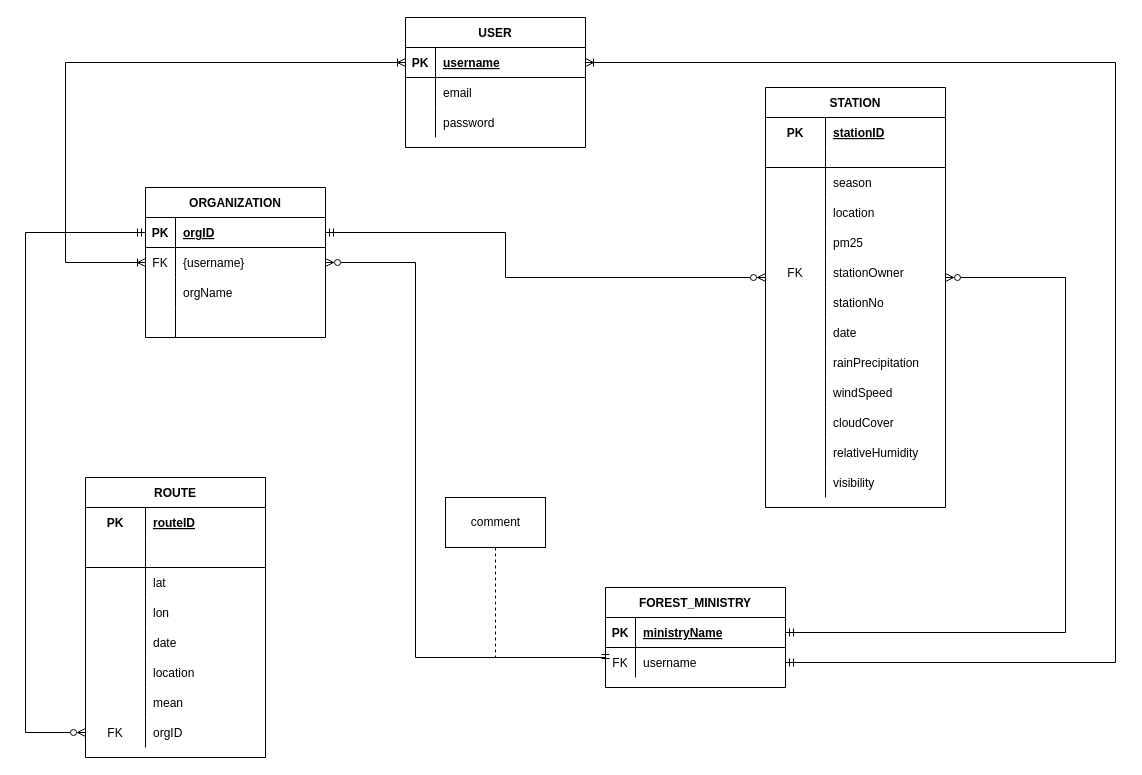
Before: page "Copy of Page-1" (2 of 2) of z-design/EERD.drawio in zorojuro75/CSE303-sec-03-Group-03, a draw.io diagram. Source tidied: cells renumbered, new cells numbered last; positions are measured from the earlier drawing's top-left corner, leaving out a move shared by most shapes. Both pictures are drawn from the tidied source at 100%, with x=0, y=0 at pixel (25, 17).
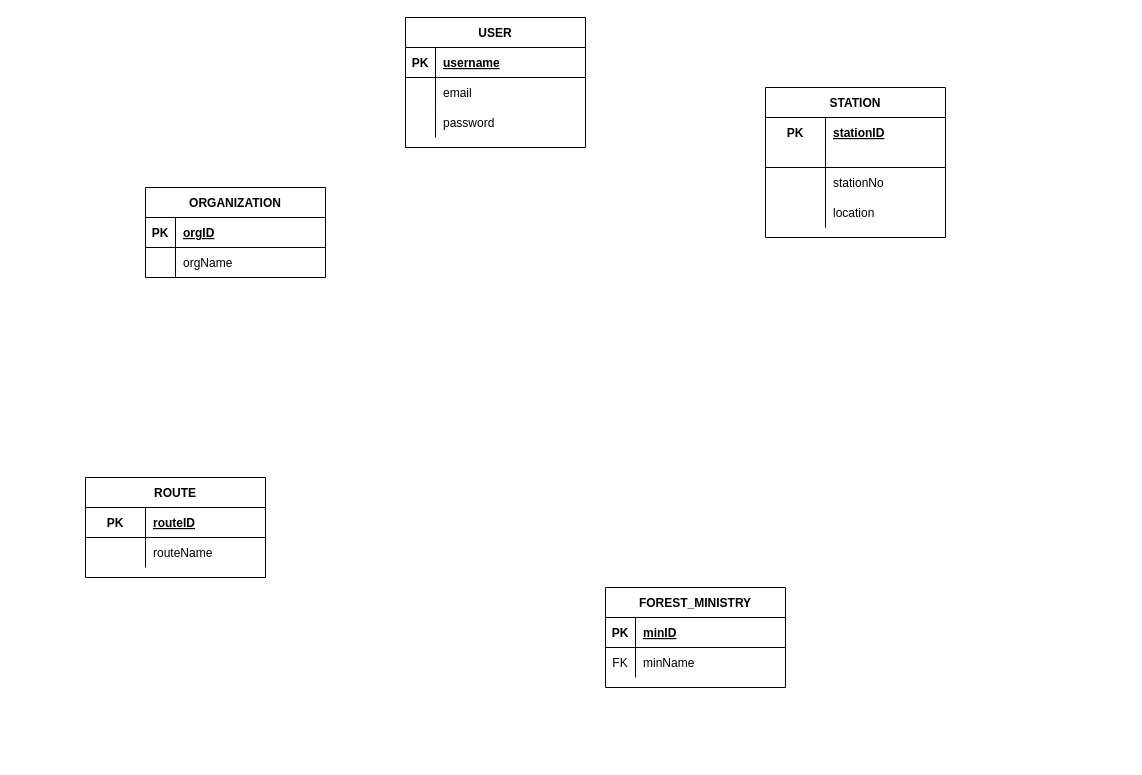
The same diagram, later.

Unchanged cells that the change refers to:
```xml
<mxCell id="3" style="shape=tableRow;horizontal=0;startSize=0;swimlaneHead=0;swimlaneBody=0;fillColor=none;points=[[0,0.5],[1,0.5]];portConstraint=eastwest;top=0;left=0;right=0;bottom=1;" parent="2" vertex="1">
  <mxGeometry y="30" width="180" height="30" as="geometry" />
</mxCell>
<mxCell id="13" style="shape=tableRow;horizontal=0;startSize=0;swimlaneHead=0;swimlaneBody=0;fillColor=none;points=[[0,0.5],[1,0.5]];portConstraint=eastwest;top=0;left=0;right=0;bottom=1;" parent="12" vertex="1">
  <mxGeometry y="30" width="180" height="30" as="geometry" />
</mxCell>
<mxCell id="16" style="shape=tableRow;horizontal=0;startSize=0;swimlaneHead=0;swimlaneBody=0;fillColor=none;points=[[0,0.5],[1,0.5]];portConstraint=eastwest;top=0;left=0;right=0;bottom=0;" parent="12" vertex="1">
  <mxGeometry y="60" width="180" height="30" as="geometry" />
</mxCell>
<mxCell id="28" style="shape=tableRow;horizontal=0;startSize=0;swimlaneHead=0;swimlaneBody=0;fillColor=none;points=[[0,0.5],[1,0.5]];portConstraint=eastwest;top=0;left=0;right=0;bottom=1;" parent="27" vertex="1">
  <mxGeometry y="30" width="180" height="30" as="geometry" />
</mxCell>
<mxCell id="31" style="shape=tableRow;horizontal=0;startSize=0;swimlaneHead=0;swimlaneBody=0;fillColor=none;points=[[0,0.5],[1,0.5]];portConstraint=eastwest;top=0;left=0;right=0;bottom=0;" parent="27" vertex="1">
  <mxGeometry y="60" width="180" height="30" as="geometry" />
</mxCell>
<mxCell id="68" style="shape=tableRow;horizontal=0;startSize=0;swimlaneHead=0;swimlaneBody=0;fillColor=none;top=0;left=0;right=0;bottom=0;" parent="61" vertex="1">
  <mxGeometry y="80" width="180" height="30" as="geometry" />
</mxCell>
```

Change to the diagram source:
```diff
@@
     <mxCell id="12" value="ORGANIZATION" style="shape=table;startSize=30;childLayout=tableLayout;rowLines=0;fontStyle=1;align=center;" parent="1" vertex="1">
-      <mxGeometry x="120" y="170" width="180" height="150" as="geometry" />
+      <mxGeometry x="120" y="170" width="180" height="90" as="geometry" />
     </mxCell>
@@
-    <mxCell id="17" value="FK" style="shape=partialRectangle;fillColor=none;top=0;left=0;bottom=0;right=0;overflow=hidden;" parent="16" vertex="1">
+    <mxCell id="17" style="shape=partialRectangle;fillColor=none;top=0;left=0;bottom=0;right=0;overflow=hidden;" parent="16" vertex="1">
       <mxGeometry width="30" height="30" as="geometry" />
     </mxCell>
-    <mxCell id="18" value="{username}" style="shape=partialRectangle;fillColor=none;top=0;left=0;bottom=0;right=0;align=left;spacingLeft=6;overflow=hidden;" parent="16" vertex="1">
+    <mxCell id="18" value="orgName" style="shape=partialRectangle;fillColor=none;top=0;left=0;bottom=0;right=0;align=left;spacingLeft=6;overflow=hidden;" parent="16" vertex="1">
       <mxGeometry x="30" width="150" height="30" as="geometry" />
     </mxCell>
-    <mxCell id="19" style="shape=tableRow;horizontal=0;startSize=0;swimlaneHead=0;swimlaneBody=0;fillColor=none;top=0;left=0;right=0;bottom=0;" parent="12" vertex="1">
-      <mxGeometry y="90" width="180" height="30" as="geometry" />
-    </mxCell>
-    <mxCell id="20" style="shape=partialRectangle;fillColor=none;top=0;left=0;bottom=0;right=0;overflow=hidden;" parent="19" vertex="1">
-      <mxGeometry width="30" height="30" as="geometry" />
-    </mxCell>
-    <mxCell id="21" value="orgName" style="shape=partialRectangle;fillColor=none;top=0;left=0;bottom=0;right=0;align=left;spacingLeft=6;overflow=hidden;" parent="19" vertex="1">
-      <mxGeometry x="30" width="150" height="30" as="geometry" />
-    </mxCell>
-    <mxCell id="22" style="shape=tableRow;horizontal=0;startSize=0;swimlaneHead=0;swimlaneBody=0;fillColor=none;top=0;left=0;right=0;bottom=0;" parent="12" vertex="1">
-      <mxGeometry y="120" width="180" height="30" as="geometry" />
-    </mxCell>
-    <mxCell id="23" style="shape=partialRectangle;fillColor=none;top=0;left=0;bottom=0;right=0;overflow=hidden;" parent="22" vertex="1">
-      <mxGeometry width="30" height="30" as="geometry" />
-    </mxCell>
-    <mxCell id="24" style="shape=partialRectangle;fillColor=none;top=0;left=0;bottom=0;right=0;align=left;spacingLeft=6;overflow=hidden;" parent="22" vertex="1">
-      <mxGeometry x="30" width="150" height="30" as="geometry" />
-    </mxCell>
-    <mxCell id="25" style="edgeStyle=orthogonalEdgeStyle;rounded=0;jettySize=auto;html=1;endArrow=ERoneToMany;endFill=0;startArrow=ERoneToMany;startFill=0;exitX=0;exitY=0.5;exitDx=0;exitDy=0;entryX=0;entryY=0.5;entryDx=0;entryDy=0;" parent="1" edge="1" source="3" target="16">
-      <mxGeometry relative="1" as="geometry">
-        <Array as="points">
-          <mxPoint x="40" y="45" />
-          <mxPoint x="40" y="245" />
-        </Array>
-      </mxGeometry>
-    </mxCell>
-    <mxCell id="26" style="edgeStyle=orthogonalEdgeStyle;rounded=0;jettySize=auto;html=1;startArrow=ERmandOne;startFill=0;endArrow=ERzeroToMany;endFill=0;exitX=0;exitY=0.5;exitDx=0;exitDy=0;entryX=1;entryY=0.5;entryDx=0;entryDy=0;" parent="1" edge="1" source="31" target="16">
-      <mxGeometry relative="1" as="geometry">
-        <Array as="points">
-          <mxPoint x="580" y="640" />
-          <mxPoint x="390" y="640" />
-          <mxPoint x="390" y="245" />
-        </Array>
-      </mxGeometry>
-    </mxCell>
@@
-    <mxCell id="30" value="ministryName" style="shape=partialRectangle;fillColor=none;top=0;left=0;bottom=0;right=0;align=left;spacingLeft=6;fontStyle=5;overflow=hidden;" parent="28" vertex="1">
+    <mxCell id="30" value="minID" style="shape=partialRectangle;fillColor=none;top=0;left=0;bottom=0;right=0;align=left;spacingLeft=6;fontStyle=5;overflow=hidden;" parent="28" vertex="1">
       <mxGeometry x="30" width="150" height="30" as="geometry" />
     </mxCell>
@@
-    <mxCell id="33" value="username" style="shape=partialRectangle;fillColor=none;top=0;left=0;bottom=0;right=0;align=left;spacingLeft=6;overflow=hidden;" parent="31" vertex="1">
+    <mxCell id="33" value="minName" style="shape=partialRectangle;fillColor=none;top=0;left=0;bottom=0;right=0;align=left;spacingLeft=6;overflow=hidden;" parent="31" vertex="1">
       <mxGeometry x="30" width="150" height="30" as="geometry" />
     </mxCell>
-    <mxCell id="34" style="rounded=0;jettySize=auto;html=1;endArrow=ERmandOne;endFill=0;startArrow=ERoneToMany;startFill=0;edgeStyle=orthogonalEdgeStyle;entryX=1;entryY=0.5;entryDx=0;entryDy=0;exitX=1;exitY=0.5;exitDx=0;exitDy=0;" parent="1" edge="1" source="3" target="31">
-      <mxGeometry relative="1" as="geometry">
-        <Array as="points">
-          <mxPoint x="1090" y="45" />
-          <mxPoint x="1090" y="645" />
-        </Array>
-      </mxGeometry>
-    </mxCell>
     <mxCell id="35" value="ROUTE" style="shape=table;startSize=30;childLayout=tableLayout;rowLines=0;fontStyle=1;align=center;" parent="1" vertex="1">
-      <mxGeometry x="60" y="460" width="180" height="280" as="geometry" />
+      <mxGeometry x="60" y="460" width="180" height="100" as="geometry" />
     </mxCell>
-    <mxCell id="36" style="shape=tableRow;horizontal=0;startSize=0;swimlaneHead=0;swimlaneBody=0;fillColor=none;top=0;left=0;right=0;bottom=0;" parent="35" vertex="1">
-      <mxGeometry y="30" width="180" height="30" as="geometry" />
-    </mxCell>
-    <mxCell id="37" value="PK" style="shape=partialRectangle;fillColor=none;top=0;left=0;bottom=0;right=0;fontStyle=1;overflow=hidden;" parent="36" vertex="1">
-      <mxGeometry width="60" height="30" as="geometry" />
-    </mxCell>
-    <mxCell id="38" value="routeID" style="shape=partialRectangle;fillColor=none;top=0;left=0;bottom=0;right=0;align=left;spacingLeft=6;fontStyle=5;overflow=hidden;" parent="36" vertex="1">
-      <mxGeometry x="60" width="120" height="30" as="geometry" />
-    </mxCell>
     <mxCell id="39" style="shape=tableRow;horizontal=0;startSize=0;swimlaneHead=0;swimlaneBody=0;fillColor=none;top=0;left=0;right=0;bottom=1;" parent="35" vertex="1">
-      <mxGeometry y="60" width="180" height="30" as="geometry" />
+      <mxGeometry y="30" width="180" height="30" as="geometry" />
     </mxCell>
-    <mxCell id="40" style="shape=partialRectangle;fillColor=none;top=0;left=0;bottom=0;right=0;fontStyle=1;overflow=hidden;" parent="39" vertex="1">
+    <mxCell id="40" value="PK" style="shape=partialRectangle;fillColor=none;top=0;left=0;bottom=0;right=0;fontStyle=1;overflow=hidden;" parent="39" vertex="1">
       <mxGeometry width="60" height="30" as="geometry" />
     </mxCell>
-    <mxCell id="41" style="shape=partialRectangle;fillColor=none;top=0;left=0;bottom=0;right=0;align=left;spacingLeft=6;fontStyle=5;overflow=hidden;" parent="39" vertex="1">
+    <mxCell id="41" value="routeID" style="shape=partialRectangle;fillColor=none;top=0;left=0;bottom=0;right=0;align=left;spacingLeft=6;fontStyle=5;overflow=hidden;" parent="39" vertex="1">
       <mxGeometry x="60" width="120" height="30" as="geometry" />
     </mxCell>
     <mxCell id="42" style="shape=tableRow;horizontal=0;startSize=0;swimlaneHead=0;swimlaneBody=0;fillColor=none;top=0;left=0;right=0;bottom=0;" parent="35" vertex="1">
-      <mxGeometry y="90" width="180" height="30" as="geometry" />
+      <mxGeometry y="60" width="180" height="30" as="geometry" />
     </mxCell>
@@
-    <mxCell id="44" value="lat" style="shape=partialRectangle;fillColor=none;top=0;left=0;bottom=0;right=0;align=left;spacingLeft=6;overflow=hidden;" parent="42" vertex="1">
+    <mxCell id="44" value="routeName" style="shape=partialRectangle;fillColor=none;top=0;left=0;bottom=0;right=0;align=left;spacingLeft=6;overflow=hidden;" parent="42" vertex="1">
       <mxGeometry x="60" width="120" height="30" as="geometry" />
     </mxCell>
-    <mxCell id="45" style="shape=tableRow;horizontal=0;startSize=0;swimlaneHead=0;swimlaneBody=0;fillColor=none;top=0;left=0;right=0;bottom=0;" parent="35" vertex="1">
-      <mxGeometry y="120" width="180" height="30" as="geometry" />
-    </mxCell>
-    <mxCell id="46" style="shape=partialRectangle;fillColor=none;top=0;left=0;bottom=0;right=0;overflow=hidden;" parent="45" vertex="1">
-      <mxGeometry width="60" height="30" as="geometry" />
-    </mxCell>
-    <mxCell id="47" value="lon" style="shape=partialRectangle;fillColor=none;top=0;left=0;bottom=0;right=0;align=left;spacingLeft=6;overflow=hidden;" parent="45" vertex="1">
-      <mxGeometry x="60" width="120" height="30" as="geometry" />
-    </mxCell>
-    <mxCell id="48" style="shape=tableRow;horizontal=0;startSize=0;swimlaneHead=0;swimlaneBody=0;fillColor=none;top=0;left=0;right=0;bottom=0;" parent="35" vertex="1">
-      <mxGeometry y="150" width="180" height="30" as="geometry" />
-    </mxCell>
-    <mxCell id="49" style="shape=partialRectangle;fillColor=none;top=0;left=0;bottom=0;right=0;overflow=hidden;" parent="48" vertex="1">
-      <mxGeometry width="60" height="30" as="geometry" />
-    </mxCell>
-    <mxCell id="50" value="date" style="shape=partialRectangle;fillColor=none;top=0;left=0;bottom=0;right=0;align=left;spacingLeft=6;overflow=hidden;" parent="48" vertex="1">
-      <mxGeometry x="60" width="120" height="30" as="geometry" />
-    </mxCell>
-    <mxCell id="51" style="shape=tableRow;horizontal=0;startSize=0;swimlaneHead=0;swimlaneBody=0;fillColor=none;top=0;left=0;right=0;bottom=0;" parent="35" vertex="1">
-      <mxGeometry y="180" width="180" height="30" as="geometry" />
-    </mxCell>
-    <mxCell id="52" style="shape=partialRectangle;fillColor=none;top=0;left=0;bottom=0;right=0;overflow=hidden;" parent="51" vertex="1">
-      <mxGeometry width="60" height="30" as="geometry" />
-    </mxCell>
-    <mxCell id="53" value="location" style="shape=partialRectangle;fillColor=none;top=0;left=0;bottom=0;right=0;align=left;spacingLeft=6;overflow=hidden;" parent="51" vertex="1">
-      <mxGeometry x="60" width="120" height="30" as="geometry" />
-    </mxCell>
-    <mxCell id="54" style="shape=tableRow;horizontal=0;startSize=0;swimlaneHead=0;swimlaneBody=0;fillColor=none;top=0;left=0;right=0;bottom=0;" parent="35" vertex="1">
-      <mxGeometry y="210" width="180" height="30" as="geometry" />
-    </mxCell>
-    <mxCell id="55" style="shape=partialRectangle;fillColor=none;top=0;left=0;bottom=0;right=0;overflow=hidden;" parent="54" vertex="1">
-      <mxGeometry width="60" height="30" as="geometry" />
-    </mxCell>
-    <mxCell id="56" value="mean" style="shape=partialRectangle;fillColor=none;top=0;left=0;bottom=0;right=0;align=left;spacingLeft=6;overflow=hidden;" parent="54" vertex="1">
-      <mxGeometry x="60" width="120" height="30" as="geometry" />
-    </mxCell>
-    <mxCell id="57" style="shape=tableRow;horizontal=0;startSize=0;swimlaneHead=0;swimlaneBody=0;fillColor=none;points=[[0,0.5],[1,0.5]];portConstraint=eastwest;top=0;left=0;right=0;bottom=0;" parent="35" vertex="1">
-      <mxGeometry y="240" width="180" height="30" as="geometry" />
-    </mxCell>
-    <mxCell id="58" value="FK" style="shape=partialRectangle;fillColor=none;top=0;left=0;bottom=0;right=0;overflow=hidden;" parent="57" vertex="1">
-      <mxGeometry width="60" height="30" as="geometry" />
-    </mxCell>
-    <mxCell id="59" value="orgID" style="shape=partialRectangle;fillColor=none;top=0;left=0;bottom=0;right=0;align=left;spacingLeft=6;overflow=hidden;" parent="57" vertex="1">
-      <mxGeometry x="60" width="120" height="30" as="geometry" />
-    </mxCell>
-    <mxCell id="60" style="edgeStyle=orthogonalEdgeStyle;rounded=0;jettySize=auto;html=1;startArrow=ERmandOne;startFill=0;endArrow=ERzeroToMany;endFill=0;exitX=0;exitY=0.5;exitDx=0;exitDy=0;entryX=0;entryY=0.5;entryDx=0;entryDy=0;" parent="1" edge="1" source="13" target="57">
-      <mxGeometry relative="1" as="geometry">
-        <Array as="points">
-          <mxPoint y="215" />
-          <mxPoint y="715" />
-        </Array>
-      </mxGeometry>
-    </mxCell>
     <mxCell id="61" value="STATION" style="shape=table;startSize=30;childLayout=tableLayout;rowLines=0;fontStyle=1;align=center;" parent="1" vertex="1">
-      <mxGeometry x="740" y="70" width="180" height="420" as="geometry" />
+      <mxGeometry x="740" y="70" width="180" height="150" as="geometry" />
     </mxCell>
@@
-    <mxCell id="70" value="season" style="shape=partialRectangle;fillColor=none;top=0;left=0;bottom=0;right=0;align=left;spacingLeft=6;overflow=hidden;" parent="68" vertex="1">
+    <mxCell id="70" value="stationNo" style="shape=partialRectangle;fillColor=none;top=0;left=0;bottom=0;right=0;align=left;spacingLeft=6;overflow=hidden;" parent="68" vertex="1">
       <mxGeometry x="60" width="120" height="30" as="geometry" />
     </mxCell>
@@
-    <mxCell id="74" style="shape=tableRow;horizontal=0;startSize=0;swimlaneHead=0;swimlaneBody=0;fillColor=none;top=0;left=0;right=0;bottom=0;" parent="61" vertex="1">
-      <mxGeometry y="140" width="180" height="30" as="geometry" />
-    </mxCell>
-    <mxCell id="75" style="shape=partialRectangle;fillColor=none;top=0;left=0;bottom=0;right=0;overflow=hidden;" parent="74" vertex="1">
-      <mxGeometry width="60" height="30" as="geometry" />
-    </mxCell>
-    <mxCell id="76" value="pm25" style="shape=partialRectangle;fillColor=none;top=0;left=0;bottom=0;right=0;align=left;spacingLeft=6;overflow=hidden;" parent="74" vertex="1">
-      <mxGeometry x="60" width="120" height="30" as="geometry" />
-    </mxCell>
-    <mxCell id="77" style="shape=tableRow;horizontal=0;startSize=0;swimlaneHead=0;swimlaneBody=0;fillColor=none;points=[[0,0.5],[1,0.5]];portConstraint=eastwest;top=0;left=0;right=0;bottom=0;" parent="61" vertex="1">
-      <mxGeometry y="170" width="180" height="30" as="geometry" />
-    </mxCell>
-    <mxCell id="78" value="FK" style="shape=partialRectangle;fillColor=none;top=0;left=0;bottom=0;right=0;overflow=hidden;" parent="77" vertex="1">
-      <mxGeometry width="60" height="30" as="geometry" />
-    </mxCell>
-    <mxCell id="79" value="stationOwner" style="shape=partialRectangle;fillColor=none;top=0;left=0;bottom=0;right=0;align=left;spacingLeft=6;overflow=hidden;" parent="77" vertex="1">
-      <mxGeometry x="60" width="120" height="30" as="geometry" />
-    </mxCell>
-    <mxCell id="80" style="shape=tableRow;horizontal=0;startSize=0;swimlaneHead=0;swimlaneBody=0;fillColor=none;top=0;left=0;right=0;bottom=0;" parent="61" vertex="1">
-      <mxGeometry y="200" width="180" height="30" as="geometry" />
-    </mxCell>
-    <mxCell id="81" style="shape=partialRectangle;fillColor=none;top=0;left=0;bottom=0;right=0;overflow=hidden;" parent="80" vertex="1">
-      <mxGeometry width="60" height="30" as="geometry" />
-    </mxCell>
-    <mxCell id="82" value="stationNo" style="shape=partialRectangle;fillColor=none;top=0;left=0;bottom=0;right=0;align=left;spacingLeft=6;overflow=hidden;" parent="80" vertex="1">
-      <mxGeometry x="60" width="120" height="30" as="geometry" />
-    </mxCell>
-    <mxCell id="83" style="shape=tableRow;horizontal=0;startSize=0;swimlaneHead=0;swimlaneBody=0;fillColor=none;top=0;left=0;right=0;bottom=0;" parent="61" vertex="1">
-      <mxGeometry y="230" width="180" height="30" as="geometry" />
-    </mxCell>
-    <mxCell id="84" style="shape=partialRectangle;fillColor=none;top=0;left=0;bottom=0;right=0;overflow=hidden;" parent="83" vertex="1">
-      <mxGeometry width="60" height="30" as="geometry" />
-    </mxCell>
-    <mxCell id="85" value="date" style="shape=partialRectangle;fillColor=none;top=0;left=0;bottom=0;right=0;align=left;spacingLeft=6;overflow=hidden;" parent="83" vertex="1">
-      <mxGeometry x="60" width="120" height="30" as="geometry" />
-    </mxCell>
-    <mxCell id="86" style="shape=tableRow;horizontal=0;startSize=0;swimlaneHead=0;swimlaneBody=0;fillColor=none;top=0;left=0;right=0;bottom=0;" parent="61" vertex="1">
-      <mxGeometry y="260" width="180" height="30" as="geometry" />
-    </mxCell>
-    <mxCell id="87" style="shape=partialRectangle;fillColor=none;top=0;left=0;bottom=0;right=0;overflow=hidden;" parent="86" vertex="1">
-      <mxGeometry width="60" height="30" as="geometry" />
-    </mxCell>
-    <mxCell id="88" value="rainPrecipitation" style="shape=partialRectangle;fillColor=none;top=0;left=0;bottom=0;right=0;align=left;spacingLeft=6;overflow=hidden;" parent="86" vertex="1">
-      <mxGeometry x="60" width="120" height="30" as="geometry" />
-    </mxCell>
-    <mxCell id="89" style="shape=tableRow;horizontal=0;startSize=0;swimlaneHead=0;swimlaneBody=0;fillColor=none;top=0;left=0;right=0;bottom=0;" parent="61" vertex="1">
-      <mxGeometry y="290" width="180" height="30" as="geometry" />
-    </mxCell>
-    <mxCell id="90" style="shape=partialRectangle;fillColor=none;top=0;left=0;bottom=0;right=0;overflow=hidden;" parent="89" vertex="1">
-      <mxGeometry width="60" height="30" as="geometry" />
-    </mxCell>
-    <mxCell id="91" value="windSpeed" style="shape=partialRectangle;fillColor=none;top=0;left=0;bottom=0;right=0;align=left;spacingLeft=6;overflow=hidden;" parent="89" vertex="1">
-      <mxGeometry x="60" width="120" height="30" as="geometry" />
-    </mxCell>
-    <mxCell id="92" style="shape=tableRow;horizontal=0;startSize=0;swimlaneHead=0;swimlaneBody=0;fillColor=none;top=0;left=0;right=0;bottom=0;" parent="61" vertex="1">
-      <mxGeometry y="320" width="180" height="30" as="geometry" />
-    </mxCell>
-    <mxCell id="93" style="shape=partialRectangle;fillColor=none;top=0;left=0;bottom=0;right=0;overflow=hidden;" parent="92" vertex="1">
-      <mxGeometry width="60" height="30" as="geometry" />
-    </mxCell>
-    <mxCell id="94" value="cloudCover" style="shape=partialRectangle;fillColor=none;top=0;left=0;bottom=0;right=0;align=left;spacingLeft=6;overflow=hidden;" parent="92" vertex="1">
-      <mxGeometry x="60" width="120" height="30" as="geometry" />
-    </mxCell>
-    <mxCell id="95" style="shape=tableRow;horizontal=0;startSize=0;swimlaneHead=0;swimlaneBody=0;fillColor=none;top=0;left=0;right=0;bottom=0;" parent="61" vertex="1">
-      <mxGeometry y="350" width="180" height="30" as="geometry" />
-    </mxCell>
-    <mxCell id="96" style="shape=partialRectangle;fillColor=none;top=0;left=0;bottom=0;right=0;overflow=hidden;" parent="95" vertex="1">
-      <mxGeometry width="60" height="30" as="geometry" />
-    </mxCell>
-    <mxCell id="97" value="relativeHumidity" style="shape=partialRectangle;fillColor=none;top=0;left=0;bottom=0;right=0;align=left;spacingLeft=6;overflow=hidden;" parent="95" vertex="1">
-      <mxGeometry x="60" width="120" height="30" as="geometry" />
-    </mxCell>
-    <mxCell id="98" style="shape=tableRow;horizontal=0;startSize=0;swimlaneHead=0;swimlaneBody=0;fillColor=none;top=0;left=0;right=0;bottom=0;" parent="61" vertex="1">
-      <mxGeometry y="380" width="180" height="30" as="geometry" />
-    </mxCell>
-    <mxCell id="99" style="shape=partialRectangle;fillColor=none;top=0;left=0;bottom=0;right=0;overflow=hidden;" parent="98" vertex="1">
-      <mxGeometry width="60" height="30" as="geometry" />
-    </mxCell>
-    <mxCell id="100" value="visibility" style="shape=partialRectangle;fillColor=none;top=0;left=0;bottom=0;right=0;align=left;spacingLeft=6;overflow=hidden;" parent="98" vertex="1">
-      <mxGeometry x="60" width="120" height="30" as="geometry" />
-    </mxCell>
-    <mxCell id="101" style="edgeStyle=orthogonalEdgeStyle;rounded=0;jettySize=auto;html=1;startArrow=ERmandOne;startFill=0;endArrow=ERzeroToMany;endFill=0;exitX=1;exitY=0.5;exitDx=0;exitDy=0;entryX=0;entryY=0.667;entryDx=0;entryDy=0;entryPerimeter=0;" parent="1" edge="1" source="13" target="77">
-      <mxGeometry relative="1" as="geometry">
-        <Array as="points">
-          <mxPoint x="480" y="215" />
-          <mxPoint x="480" y="260" />
-        </Array>
-      </mxGeometry>
-    </mxCell>
-    <mxCell id="102" style="edgeStyle=orthogonalEdgeStyle;rounded=0;jettySize=auto;html=1;startArrow=ERmandOne;startFill=0;endArrow=ERzeroToMany;endFill=0;entryX=1;entryY=0.667;entryDx=0;entryDy=0;exitX=1;exitY=0.5;exitDx=0;exitDy=0;entryPerimeter=0;" parent="1" edge="1" source="28" target="77">
-      <mxGeometry relative="1" as="geometry">
-        <Array as="points">
-          <mxPoint x="1040" y="615" />
-          <mxPoint x="1040" y="260" />
-        </Array>
-      </mxGeometry>
-    </mxCell>
-    <mxCell id="103" style="edgeStyle=orthogonalEdgeStyle;rounded=0;jettySize=auto;html=1;dashed=1;endArrow=none;endFill=0;" parent="1" edge="1" source="104">
-      <mxGeometry relative="1" as="geometry">
-        <mxPoint x="470" y="640" as="targetPoint" />
-      </mxGeometry>
-    </mxCell>
-    <mxCell id="104" value="comment" style="html=1;dashed=0;whitespace=wrap;" parent="1" vertex="1">
-      <mxGeometry x="420" y="480" width="100" height="50" as="geometry" />
-    </mxCell>
```
